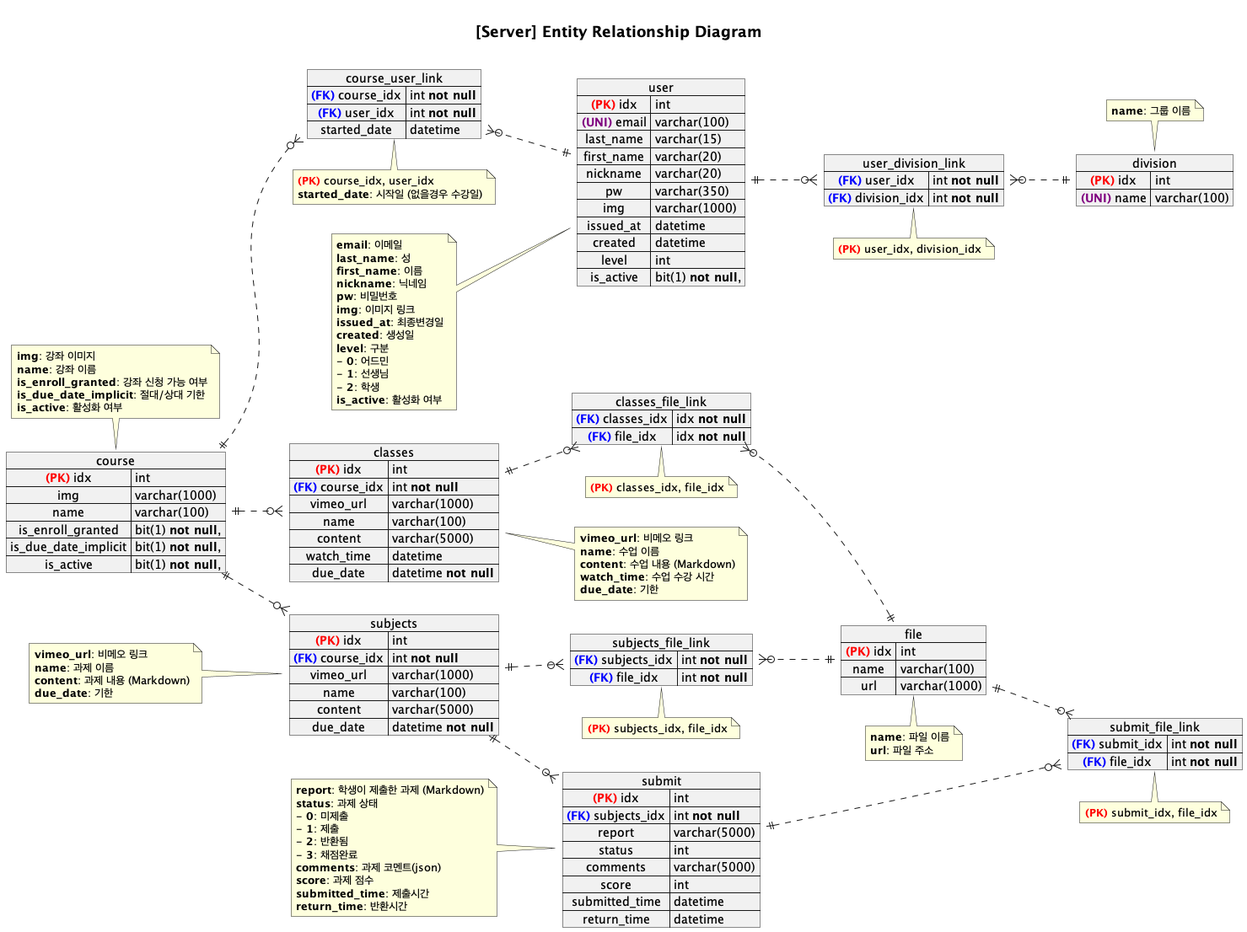
Above: design/erd.png in DokySp/project-emt (PlantUML), before the change.
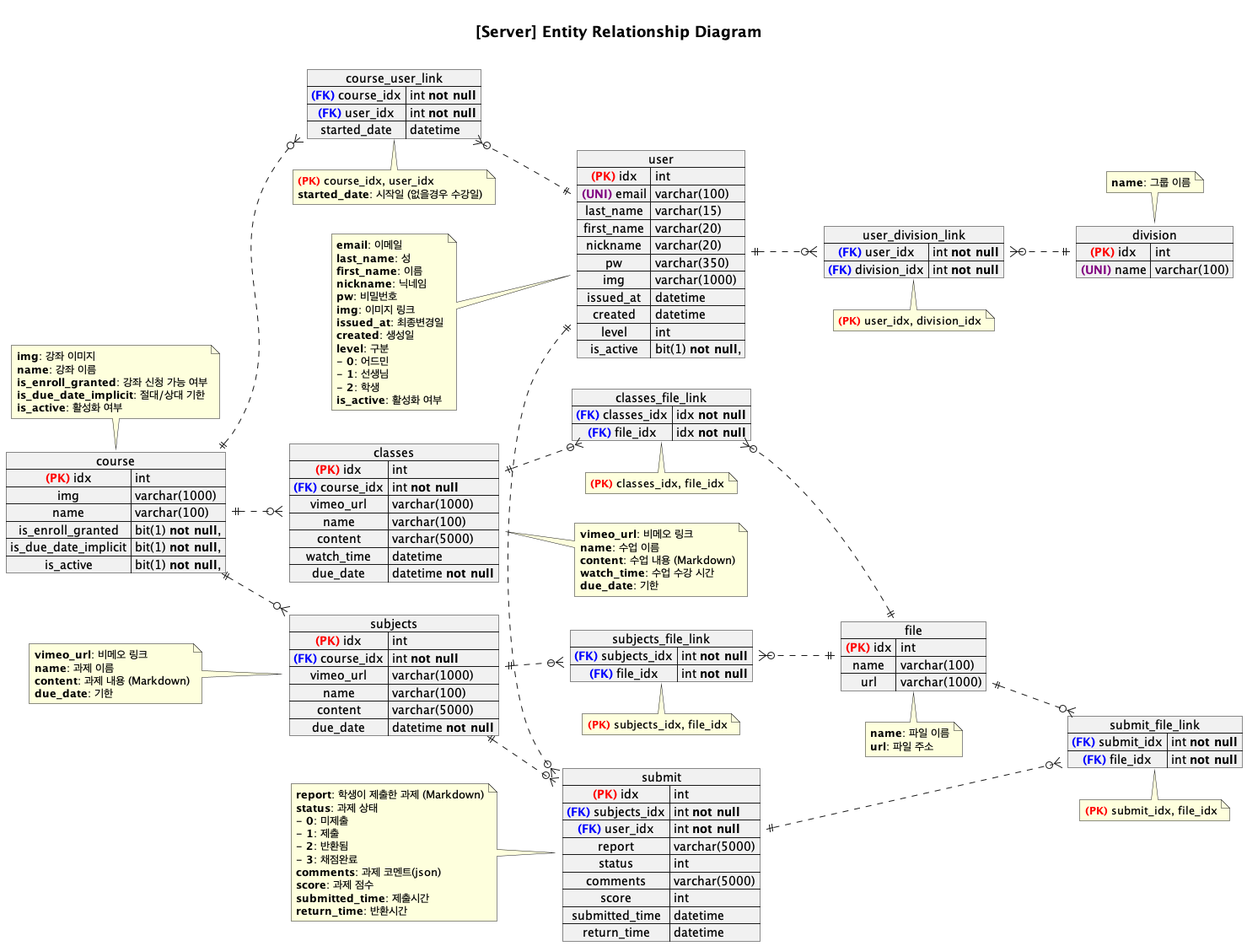
The same file after the commit.

Commit message:
[BE] #4-3 ERD 수정; submit 제출한 사람

What changed in the source:
```diff
@@ -29,10 +29,6 @@
 }
 note right: **vimeo_url**: 비메오 링크\n**name**: 수업 이름\n**content**: 수업 내용 (Markdown)\n**watch_time**: 수업 수강 시간\n**due_date**: 기한
 
-
-
-
-
 map subjects {
   <color:red>**(PK)**</color> idx => int
   <color:blue>**(FK)**</color> course_idx => int **not null**
@@ -46,6 +42,7 @@
 map submit {
   <color:red>**(PK)**</color> idx => int
   <color:blue>**(FK)**</color> subjects_idx => int **not null**
+  <color:blue>**(FK)**</color> user_idx => int **not null**
 
   report => varchar(5000)
   status => int
@@ -142,6 +139,8 @@
 submit ||..o{ submit_file_link
 file ||..o{ submit_file_link
 
+user ||.right.o{ submit
+
 
 
 
```
